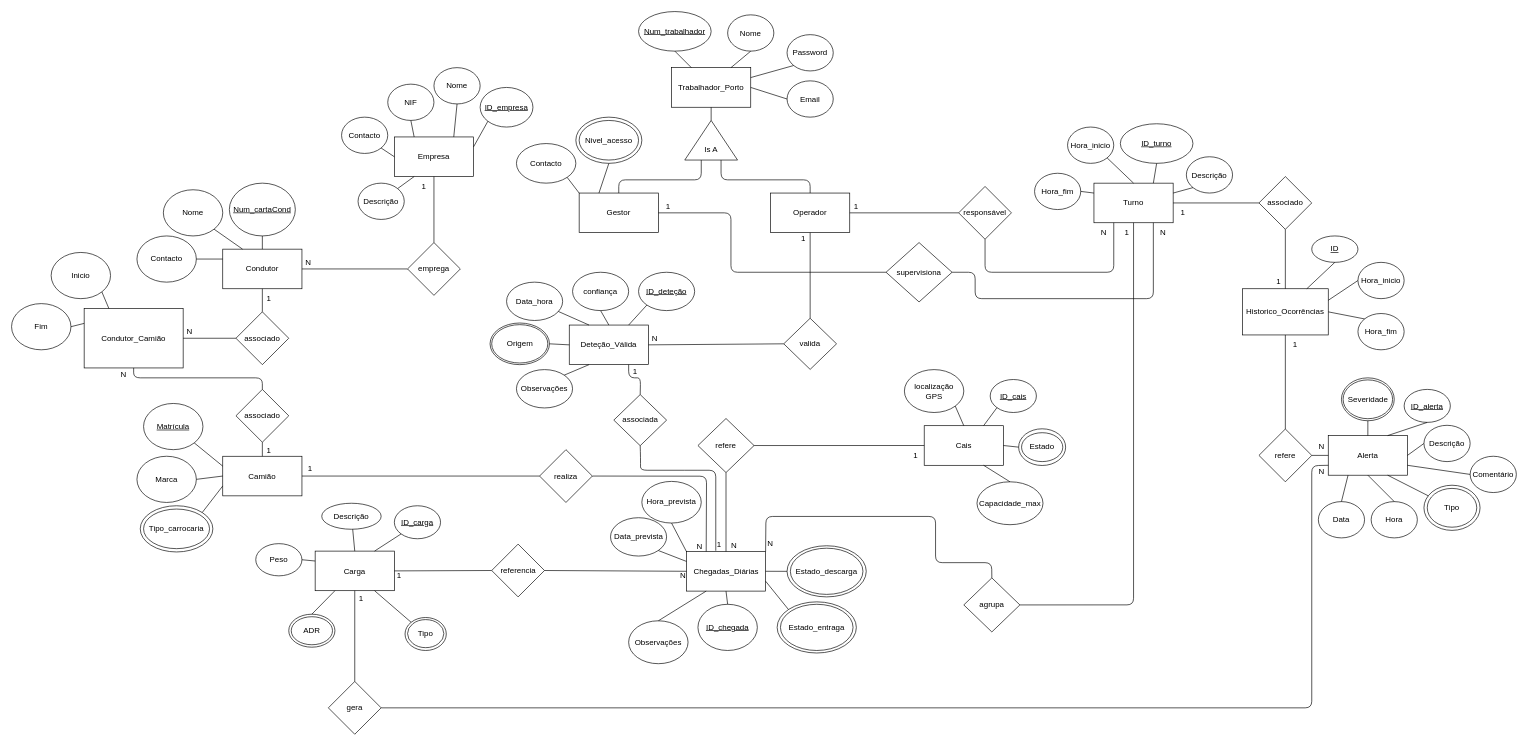
The draw.io diagram docs/BD/Relacional/DER-BD-IntelligentLogistics.drawio in PEI-HAZARDS/IntelligentLogistics, before the edit. Source tidied: cells renumbered, new cells numbered last; positions are measured from the earlier drawing's top-left corner, leaving out a move shared by most shapes. Both pictures are drawn from the tidied source at 66%, with x=0, y=0 at pixel (11, 11).
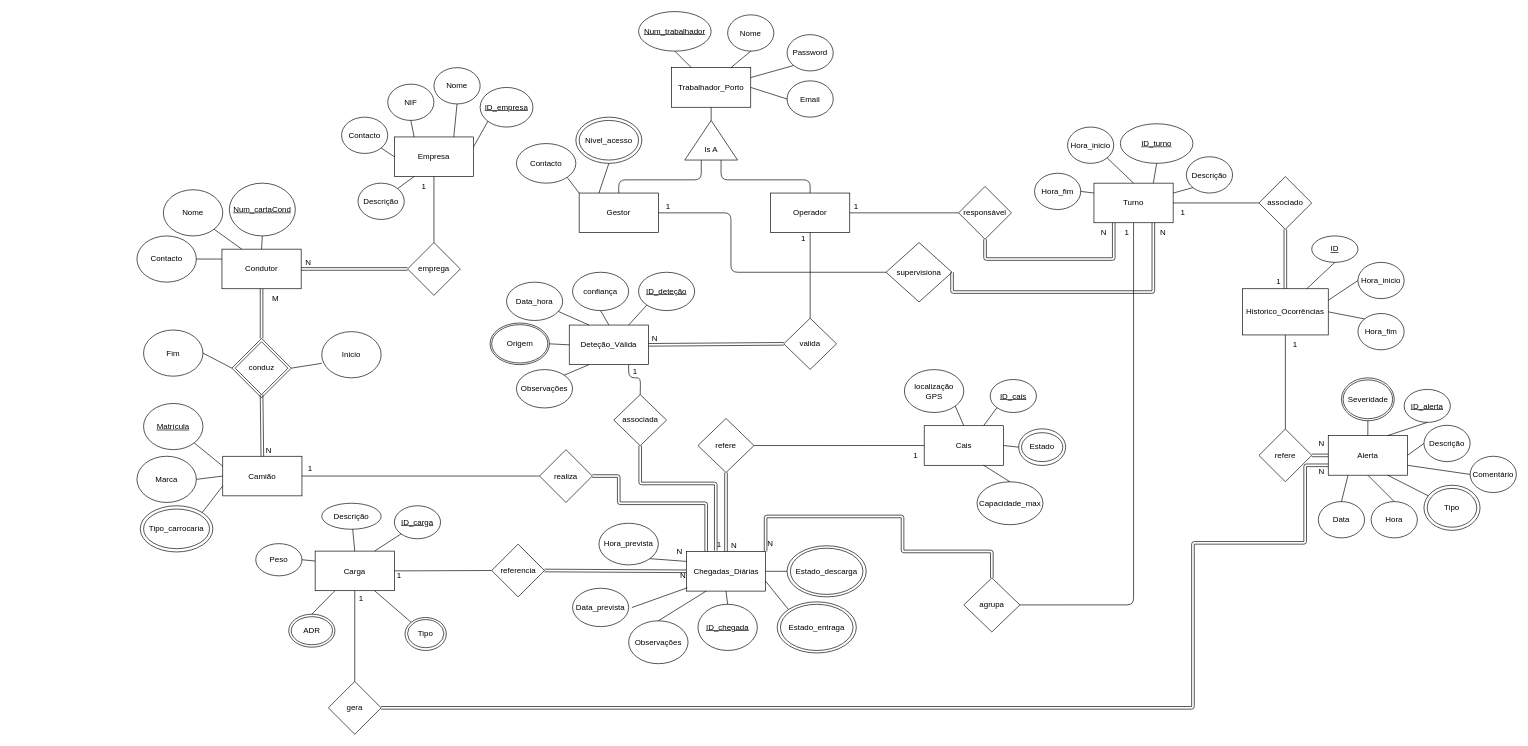
The same diagram, later.

Commit message (it also covers changes not shown here):
Correções no DER e ER

The change refers to these unchanged cells:
```xml
<mxCell id="2" value="Alerta" style="rounded=0;whiteSpace=wrap;html=1;" parent="1" vertex="1">
  <mxGeometry x="1995" y="642.5" width="120" height="60" as="geometry" />
</mxCell>
<mxCell id="4" value="Chegadas_Diárias" style="rounded=0;whiteSpace=wrap;html=1;" parent="1" vertex="1">
  <mxGeometry x="1022.5" y="818.1" width="120" height="60" as="geometry" />
</mxCell>
<mxCell id="5" value="Camião" style="rounded=0;whiteSpace=wrap;html=1;" parent="1" vertex="1">
  <mxGeometry x="320" y="673.8" width="120" height="60" as="geometry" />
</mxCell>
<mxCell id="10" value="Turno" style="rounded=0;whiteSpace=wrap;html=1;" parent="1" vertex="1">
  <mxGeometry x="1640" y="260" width="120" height="60" as="geometry" />
</mxCell>
<mxCell id="59" value="Historico_Ocorrências" style="rounded=0;whiteSpace=wrap;html=1;" parent="1" vertex="1">
  <mxGeometry x="1865" y="420" width="130" height="70" as="geometry" />
</mxCell>
<mxCell id="108" value="emprega" style="rhombus;whiteSpace=wrap;html=1;" parent="1" vertex="1">
  <mxGeometry x="600" y="350" width="80" height="80" as="geometry" />
</mxCell>
<mxCell id="113" value="responsável" style="rhombus;whiteSpace=wrap;html=1;" parent="1" vertex="1">
  <mxGeometry x="1435" y="265" width="80" height="80" as="geometry" />
</mxCell>
<mxCell id="118" value="supervisiona" style="rhombus;whiteSpace=wrap;html=1;" parent="1" vertex="1">
  <mxGeometry x="1325" y="350" width="100" height="90" as="geometry" />
</mxCell>
<mxCell id="123" value="associado" style="rhombus;whiteSpace=wrap;html=1;" parent="1" vertex="1">
  <mxGeometry x="1890" y="250" width="80" height="80" as="geometry" />
</mxCell>
<mxCell id="126" value="refere" style="rhombus;whiteSpace=wrap;html=1;" parent="1" vertex="1">
  <mxGeometry x="1890" y="632.5" width="80" height="80" as="geometry" />
</mxCell>
<mxCell id="133" value="refere" style="rhombus;whiteSpace=wrap;html=1;" parent="1" vertex="1">
  <mxGeometry x="1040" y="616.6" width="85" height="81.9" as="geometry" />
</mxCell>
<mxCell id="138" value="realiza" style="rhombus;whiteSpace=wrap;html=1;" parent="1" vertex="1">
  <mxGeometry x="800" y="663.8" width="80" height="80" as="geometry" />
</mxCell>
<mxCell id="145" value="agrupa" style="rhombus;whiteSpace=wrap;html=1;" parent="1" vertex="1">
  <mxGeometry x="1442.8" y="858.1" width="85" height="81.9" as="geometry" />
</mxCell>
<mxCell id="150" value="gera" style="rhombus;whiteSpace=wrap;html=1;" parent="1" vertex="1">
  <mxGeometry x="480" y="1015" width="80" height="80" as="geometry" />
</mxCell>
<mxCell id="161" value="Deteção_Válida" style="rounded=0;whiteSpace=wrap;html=1;" parent="1" vertex="1">
  <mxGeometry x="845" y="475" width="120" height="60" as="geometry" />
</mxCell>
<mxCell id="173" value="valida" style="rhombus;whiteSpace=wrap;html=1;" parent="1" vertex="1">
  <mxGeometry x="1170" y="464.7" width="80" height="77.5" as="geometry" />
</mxCell>
<mxCell id="174" value="associada" style="rhombus;whiteSpace=wrap;html=1;" parent="1" vertex="1">
  <mxGeometry x="912.5" y="580.3" width="80" height="77.5" as="geometry" />
</mxCell>
<mxCell id="185" value="referencia" style="rhombus;whiteSpace=wrap;html=1;" parent="1" vertex="1">
  <mxGeometry x="727.5" y="806.9" width="80" height="80" as="geometry" />
</mxCell>
<mxCell id="192" value="N" style="text;html=1;align=center;verticalAlign=middle;whiteSpace=wrap;rounded=0;" parent="1" vertex="1">
  <mxGeometry x="1010" y="845" width="15" height="20" as="geometry" />
</mxCell>
```

Diff of the diagram source:
```diff
@@
+    <mxCell id="207" style="rhombus;whiteSpace=wrap;html=1;" parent="1" vertex="1">
+      <mxGeometry x="333.8" y="495.3" width="90" height="90" as="geometry" />
+    </mxCell>
@@
     <mxCell id="12" value="Condutor" style="rounded=0;whiteSpace=wrap;html=1;" parent="1" vertex="1">
-      <mxGeometry x="320" y="360" width="120" height="60" as="geometry" />
+      <mxGeometry x="318.8" y="360" width="120" height="60" as="geometry" />
     </mxCell>
@@
     <mxCell id="28" value="Data_prevista" style="ellipse;whiteSpace=wrap;html=1;" parent="1" vertex="1">
-      <mxGeometry x="907.5" y="766.9" width="85" height="58.1" as="geometry" />
+      <mxGeometry x="850" y="873.8" width="85" height="58.1" as="geometry" />
     </mxCell>
     <mxCell id="29" value="Hora_prevista" style="ellipse;whiteSpace=wrap;html=1;" parent="1" vertex="1">
-      <mxGeometry x="955" y="711.9" width="90" height="63.1" as="geometry" />
+      <mxGeometry x="890" y="775.3" width="90" height="63.1" as="geometry" />
     </mxCell>
-    <mxCell id="30" style="endArrow=none;html=1;entryX=0;entryY=0.25;entryDx=0;entryDy=0;exitX=1;exitY=1;exitDx=0;exitDy=0;" parent="1" edge="1" source="28" target="4">
-      <mxGeometry relative="1" as="geometry" />
+    <mxCell id="30" style="endArrow=none;html=1;entryX=0.933;entryY=1.4;entryDx=0;entryDy=0;entryPerimeter=0;" parent="1" edge="1" target="192">
+      <mxGeometry relative="1" as="geometry">
+        <mxPoint x="940" y="903" as="sourcePoint" />
+      </mxGeometry>
     </mxCell>
@@
-    <mxCell id="109" style="endArrow=none;html=1;exitX=1;exitY=0.5;exitDx=0;exitDy=0;entryX=0;entryY=0.5;entryDx=0;entryDy=0;" parent="1" edge="1" source="12" target="108">
+    <mxCell id="109" style="endArrow=none;html=1;exitX=1;exitY=0.5;exitDx=0;exitDy=0;entryX=0;entryY=0.5;entryDx=0;entryDy=0;shape=link;" parent="1" edge="1" source="12" target="108">
       <mxGeometry relative="1" as="geometry" />
     </mxCell>
@@
-    <mxCell id="114" style="endArrow=none;html=1;exitX=0.5;exitY=1;exitDx=0;exitDy=0;entryX=0.25;entryY=1;entryDx=0;entryDy=0;" parent="1" edge="1" source="113" target="10">
+    <mxCell id="114" style="endArrow=none;html=1;exitX=0.5;exitY=1;exitDx=0;exitDy=0;entryX=0.25;entryY=1;entryDx=0;entryDy=0;shape=link;edgeStyle=orthogonalEdgeStyle;" parent="1" edge="1" source="113" target="10">
       <mxGeometry relative="1" as="geometry">
         <Array as="points">
-          <mxPoint x="1475" y="395" />
-          <mxPoint x="1670" y="395" />
+          <mxPoint x="1475" y="375" />
+          <mxPoint x="1670" y="375" />
         </Array>
       </mxGeometry>
     </mxCell>
@@
-    <mxCell id="120" style="endArrow=none;html=1;exitX=1;exitY=0.5;exitDx=0;exitDy=0;entryX=0.75;entryY=1;entryDx=0;entryDy=0;" parent="1" edge="1" source="118" target="10">
+    <mxCell id="120" style="endArrow=none;html=1;exitX=1;exitY=0.5;exitDx=0;exitDy=0;entryX=0.75;entryY=1;entryDx=0;entryDy=0;shape=link;edgeStyle=orthogonalEdgeStyle;" parent="1" edge="1" source="118" target="10">
       <mxGeometry relative="1" as="geometry">
         <Array as="points">
-          <mxPoint x="1460" y="395" />
-          <mxPoint x="1460" y="435" />
-          <mxPoint x="1730" y="435" />
+          <mxPoint x="1425" y="425" />
+          <mxPoint x="1730" y="425" />
         </Array>
       </mxGeometry>
     </mxCell>
@@
-    <mxCell id="125" style="endArrow=none;html=1;exitX=0.5;exitY=0;exitDx=0;exitDy=0;entryX=0.5;entryY=1;entryDx=0;entryDy=0;" parent="1" edge="1" source="59" target="123">
+    <mxCell id="125" style="endArrow=none;html=1;exitX=0.5;exitY=0;exitDx=0;exitDy=0;entryX=0.5;entryY=1;entryDx=0;entryDy=0;shape=link;" parent="1" edge="1" source="59" target="123">
       <mxGeometry relative="1" as="geometry" />
     </mxCell>
@@
-    <mxCell id="131" style="endArrow=none;html=1;exitX=0;exitY=0.5;exitDx=0;exitDy=0;entryX=1;entryY=0.5;entryDx=0;entryDy=0;" parent="1" edge="1" source="2" target="126">
+    <mxCell id="131" style="endArrow=none;html=1;exitX=0;exitY=0.5;exitDx=0;exitDy=0;entryX=1;entryY=0.5;entryDx=0;entryDy=0;shape=link;" parent="1" edge="1" source="2" target="126">
       <mxGeometry relative="1" as="geometry" />
     </mxCell>
     <mxCell id="132" value="N" style="text;html=1;align=center;verticalAlign=middle;whiteSpace=wrap;rounded=0;" parent="1" vertex="1">
-      <mxGeometry x="1970" y="645" width="30" height="30" as="geometry" />
+      <mxGeometry x="1970" y="639.4" width="30" height="30" as="geometry" />
     </mxCell>
@@
-    <mxCell id="134" style="endArrow=none;html=1;entryX=0.5;entryY=1;entryDx=0;entryDy=0;exitX=0.5;exitY=0;exitDx=0;exitDy=0;" parent="1" edge="1" source="4" target="133">
+    <mxCell id="134" style="endArrow=none;html=1;entryX=0.5;entryY=1;entryDx=0;entryDy=0;exitX=0.5;exitY=0;exitDx=0;exitDy=0;shape=link;" parent="1" edge="1" source="4" target="133">
       <mxGeometry relative="1" as="geometry" />
     </mxCell>
@@
-    <mxCell id="142" style="endArrow=none;html=1;exitX=0.25;exitY=0;exitDx=0;exitDy=0;entryX=1;entryY=0.5;entryDx=0;entryDy=0;" parent="1" edge="1" source="4" target="138">
+    <mxCell id="142" style="endArrow=none;html=1;exitX=0.25;exitY=0;exitDx=0;exitDy=0;entryX=1;entryY=0.5;entryDx=0;entryDy=0;shape=link;edgeStyle=orthogonalEdgeStyle;" parent="1" edge="1" source="4" target="138">
       <mxGeometry relative="1" as="geometry">
         <Array as="points">
-          <mxPoint x="1053" y="704" />
+          <mxPoint x="1053" y="745" />
+          <mxPoint x="920" y="745" />
+          <mxPoint x="920" y="704" />
         </Array>
       </mxGeometry>
     </mxCell>
     <mxCell id="143" value="N" style="text;html=1;align=center;verticalAlign=middle;whiteSpace=wrap;rounded=0;" parent="1" vertex="1">
-      <mxGeometry x="1020" y="798.8" width="45" height="23.8" as="geometry" />
+      <mxGeometry x="990" y="806.2" width="45" height="23.8" as="geometry" />
     </mxCell>
@@
-    <mxCell id="146" style="endArrow=none;html=1;entryX=0.5;entryY=0;entryDx=0;entryDy=0;exitX=1;exitY=0;exitDx=0;exitDy=0;" parent="1" edge="1" source="4" target="145">
+    <mxCell id="146" style="endArrow=none;html=1;entryX=0.5;entryY=0;entryDx=0;entryDy=0;exitX=1;exitY=0;exitDx=0;exitDy=0;shape=link;edgeStyle=orthogonalEdgeStyle;" parent="1" edge="1" source="4" target="145">
       <mxGeometry relative="1" as="geometry">
         <Array as="points">
           <mxPoint x="1143" y="765" />
-          <mxPoint x="1400" y="765" />
-          <mxPoint x="1400" y="835" />
-          <mxPoint x="1485" y="835" />
+          <mxPoint x="1350" y="765" />
+          <mxPoint x="1350" y="818" />
+          <mxPoint x="1485" y="818" />
         </Array>
       </mxGeometry>
     </mxCell>
@@
-    <mxCell id="152" style="endArrow=none;html=1;exitX=1;exitY=0.5;exitDx=0;exitDy=0;entryX=0;entryY=0.75;entryDx=0;entryDy=0;" parent="1" edge="1" source="150" target="2">
+    <mxCell id="152" style="endArrow=none;html=1;exitX=1;exitY=0.5;exitDx=0;exitDy=0;entryX=0;entryY=0.75;entryDx=0;entryDy=0;shape=link;edgeStyle=orthogonalEdgeStyle;" parent="1" edge="1" source="150" target="2">
       <mxGeometry relative="1" as="geometry">
         <Array as="points">
-          <mxPoint x="1970" y="1055" />
-          <mxPoint x="1970" y="688" />
+          <mxPoint x="1790" y="1055" />
+          <mxPoint x="1790" y="805" />
+          <mxPoint x="1960" y="805" />
+          <mxPoint x="1960" y="688" />
         </Array>
       </mxGeometry>
     </mxCell>
@@
-    <mxCell id="157" value="Condutor_Camião" style="rounded=0;whiteSpace=wrap;html=1;" parent="1" vertex="1">
-      <mxGeometry x="110" y="450" width="150" height="90" as="geometry" />
-    </mxCell>
@@
-    <mxCell id="176" style="endArrow=none;html=1;exitX=0.5;exitY=1;exitDx=0;exitDy=0;entryX=0.371;entryY=-0.019;entryDx=0;entryDy=0;entryPerimeter=0;" parent="1" edge="1" source="174" target="4">
+    <mxCell id="176" style="endArrow=none;html=1;exitX=0.5;exitY=1;exitDx=0;exitDy=0;entryX=0.371;entryY=-0.019;entryDx=0;entryDy=0;entryPerimeter=0;shape=link;edgeStyle=orthogonalEdgeStyle;" parent="1" edge="1" source="174" target="4">
       <mxGeometry relative="1" as="geometry">
         <Array as="points">
-          <mxPoint x="953" y="675" />
-          <mxPoint x="953" y="695" />
-          <mxPoint x="1030" y="695" />
-          <mxPoint x="1067" y="695" />
+          <mxPoint x="953" y="715" />
+          <mxPoint x="1067" y="715" />
         </Array>
       </mxGeometry>
     </mxCell>
@@
-    <mxCell id="179" style="endArrow=none;html=1;exitX=1;exitY=0.5;exitDx=0;exitDy=0;entryX=0;entryY=0.5;entryDx=0;entryDy=0;" parent="1" edge="1" source="161" target="173">
+    <mxCell id="179" style="endArrow=none;html=1;exitX=1;exitY=0.5;exitDx=0;exitDy=0;entryX=0;entryY=0.5;entryDx=0;entryDy=0;shape=link;" parent="1" edge="1" source="161" target="173">
       <mxGeometry relative="1" as="geometry" />
     </mxCell>
@@
-    <mxCell id="189" style="endArrow=none;html=1;entryX=0;entryY=0.5;entryDx=0;entryDy=0;exitX=1;exitY=0.5;exitDx=0;exitDy=0;" parent="1" edge="1" source="185" target="4">
+    <mxCell id="189" style="endArrow=none;html=1;entryX=0;entryY=0.5;entryDx=0;entryDy=0;exitX=1;exitY=0.5;exitDx=0;exitDy=0;shape=link;" parent="1" edge="1" source="185" target="4">
       <mxGeometry relative="1" as="geometry" />
     </mxCell>
-    <mxCell id="190" style="endArrow=none;html=1;entryX=0;entryY=0;entryDx=0;entryDy=0;exitX=0.5;exitY=1;exitDx=0;exitDy=0;" parent="1" edge="1" source="29" target="4">
+    <mxCell id="190" style="endArrow=none;html=1;entryX=0;entryY=0.25;entryDx=0;entryDy=0;exitX=1;exitY=1;exitDx=0;exitDy=0;" parent="1" edge="1" source="29" target="4">
       <mxGeometry relative="1" as="geometry" />
     </mxCell>
@@
-    <mxCell id="193" value="associado" style="rhombus;whiteSpace=wrap;html=1;" parent="1" vertex="1">
-      <mxGeometry x="340" y="455" width="80" height="80" as="geometry" />
-    </mxCell>
-    <mxCell id="194" value="associado" style="rhombus;whiteSpace=wrap;html=1;" parent="1" vertex="1">
-      <mxGeometry x="340" y="572.5" width="80" height="80" as="geometry" />
+    <mxCell id="194" value="conduz" style="rhombus;whiteSpace=wrap;html=1;" parent="1" vertex="1">
+      <mxGeometry x="338.8" y="500.3" width="80" height="80" as="geometry" />
     </mxCell>
-    <mxCell id="195" style="endArrow=none;html=1;exitX=0.5;exitY=1;exitDx=0;exitDy=0;entryX=0.5;entryY=0;entryDx=0;entryDy=0;" parent="1" edge="1" source="12" target="193">
+    <mxCell id="195" style="endArrow=none;html=1;exitX=0.5;exitY=1;exitDx=0;exitDy=0;entryX=0.5;entryY=0;entryDx=0;entryDy=0;shape=link;" parent="1" edge="1" source="12" target="207">
       <mxGeometry relative="1" as="geometry" />
     </mxCell>
-    <mxCell id="196" style="endArrow=none;html=1;exitX=0;exitY=0.5;exitDx=0;exitDy=0;entryX=1;entryY=0.5;entryDx=0;entryDy=0;" parent="1" edge="1" source="193" target="157">
-      <mxGeometry relative="1" as="geometry" />
-    </mxCell>
-    <mxCell id="197" style="endArrow=none;html=1;exitX=0.5;exitY=0;exitDx=0;exitDy=0;entryX=0.5;entryY=1;entryDx=0;entryDy=0;" parent="1" edge="1" source="194" target="157">
-      <mxGeometry relative="1" as="geometry">
-        <Array as="points">
-          <mxPoint x="380" y="555" />
-          <mxPoint x="185" y="555" />
-        </Array>
-      </mxGeometry>
-    </mxCell>
-    <mxCell id="198" value="N" style="text;html=1;align=center;verticalAlign=middle;whiteSpace=wrap;rounded=0;" parent="1" vertex="1">
-      <mxGeometry x="240" y="470" width="60" height="30" as="geometry" />
-    </mxCell>
-    <mxCell id="199" value="N" style="text;html=1;align=center;verticalAlign=middle;whiteSpace=wrap;rounded=0;" parent="1" vertex="1">
-      <mxGeometry x="140" y="535" width="60" height="30" as="geometry" />
-    </mxCell>
-    <mxCell id="200" value="1" style="text;html=1;align=center;verticalAlign=middle;whiteSpace=wrap;rounded=0;" parent="1" vertex="1">
-      <mxGeometry x="360" y="420" width="60" height="30" as="geometry" />
+    <mxCell id="200" value="M" style="text;html=1;align=center;verticalAlign=middle;whiteSpace=wrap;rounded=0;" parent="1" vertex="1">
+      <mxGeometry x="370" y="420" width="60" height="30" as="geometry" />
     </mxCell>
-    <mxCell id="201" style="endArrow=none;html=1;exitX=0.5;exitY=0;exitDx=0;exitDy=0;entryX=0.5;entryY=1;entryDx=0;entryDy=0;" parent="1" edge="1" source="5" target="194">
+    <mxCell id="201" style="endArrow=none;html=1;exitX=0.5;exitY=0;exitDx=0;exitDy=0;entryX=0.5;entryY=1;entryDx=0;entryDy=0;shape=link;" parent="1" edge="1" source="5" target="194">
       <mxGeometry relative="1" as="geometry" />
     </mxCell>
-    <mxCell id="202" value="1" style="text;html=1;align=center;verticalAlign=middle;whiteSpace=wrap;rounded=0;" parent="1" vertex="1">
+    <mxCell id="202" value="N" style="text;html=1;align=center;verticalAlign=middle;whiteSpace=wrap;rounded=0;" parent="1" vertex="1">
       <mxGeometry x="360" y="650" width="60" height="30" as="geometry" />
     </mxCell>
     <mxCell id="203" value="Inicio" style="ellipse;whiteSpace=wrap;html=1;" parent="1" vertex="1">
-      <mxGeometry x="60" y="365" width="90" height="70" as="geometry" />
+      <mxGeometry x="470" y="485" width="90" height="70" as="geometry" />
     </mxCell>
     <mxCell id="204" value="Fim" style="ellipse;whiteSpace=wrap;html=1;" parent="1" vertex="1">
-      <mxGeometry y="442.5" width="90" height="70" as="geometry" />
+      <mxGeometry x="200" y="482.5" width="90" height="70" as="geometry" />
     </mxCell>
-    <mxCell id="205" style="endArrow=none;html=1;exitX=0.25;exitY=0;exitDx=0;exitDy=0;entryX=1;entryY=1;entryDx=0;entryDy=0;" parent="1" edge="1" source="157" target="203">
+    <mxCell id="205" style="endArrow=none;html=1;exitX=1;exitY=0.5;exitDx=0;exitDy=0;entryX=0;entryY=0.686;entryDx=0;entryDy=0;entryPerimeter=0;" parent="1" edge="1" source="207" target="203">
       <mxGeometry relative="1" as="geometry" />
     </mxCell>
-    <mxCell id="206" style="endArrow=none;html=1;exitX=0;exitY=0.25;exitDx=0;exitDy=0;entryX=1;entryY=0.5;entryDx=0;entryDy=0;" parent="1" edge="1" source="157" target="204">
+    <mxCell id="206" style="endArrow=none;html=1;entryX=1;entryY=0.5;entryDx=0;entryDy=0;exitX=0;exitY=0.5;exitDx=0;exitDy=0;" parent="1" edge="1" source="207" target="204">
       <mxGeometry relative="1" as="geometry" />
     </mxCell>
```
